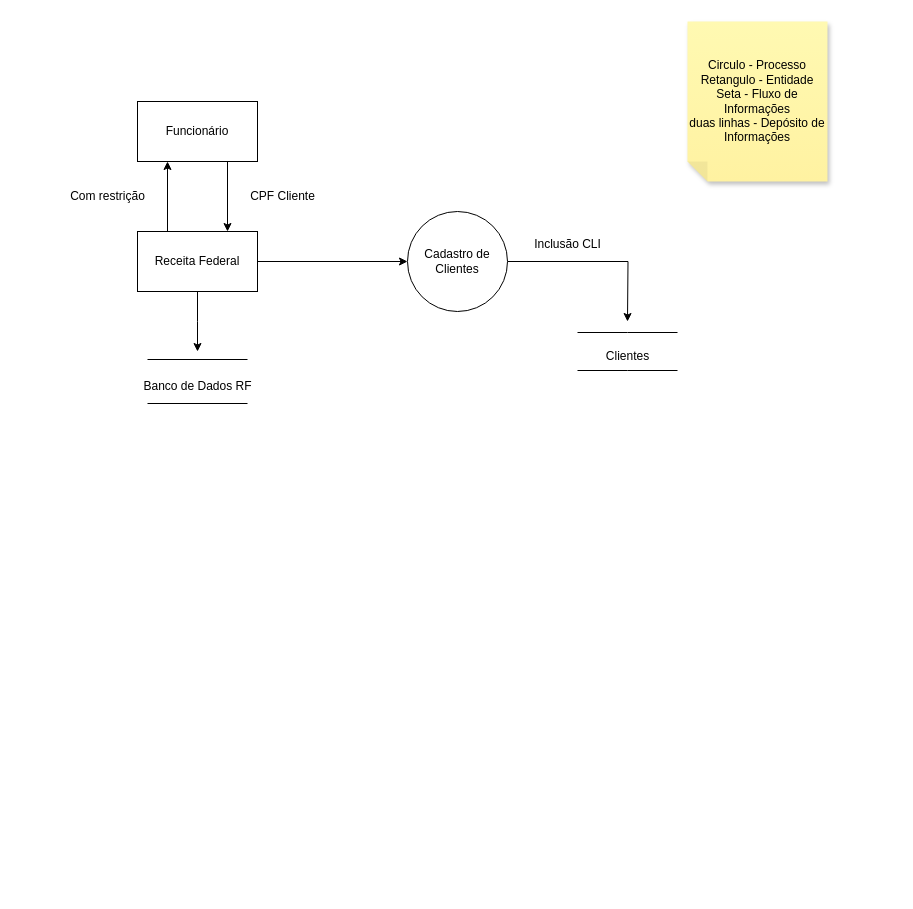
This is EngenhariaSoftwareII.drawio from ShellyLeal05/EngenhariaSoftwareII, a draw.io file, before an edit. Source tidied: cells renumbered, new cells numbered last; positions are measured from the earlier drawing's top-left corner, leaving out a move shared by most shapes. Both pictures are drawn from the tidied source at 100%, with x=0, y=0 at pixel (57, 21).
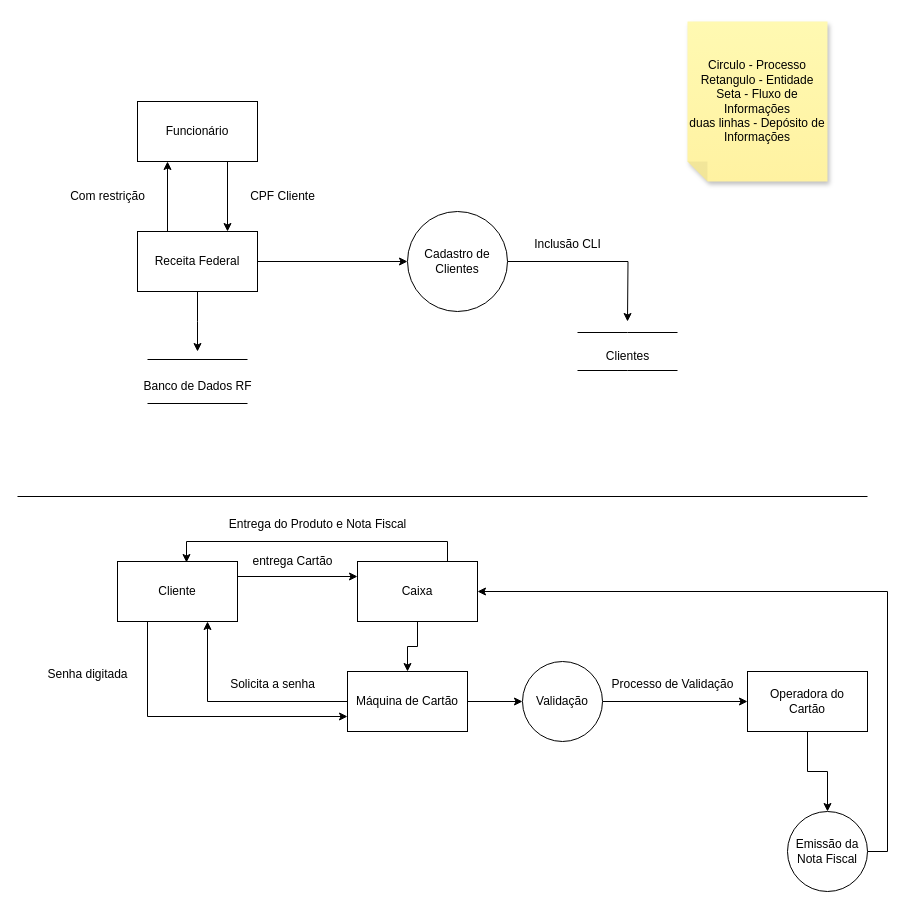
Above is the later version.

Diff of the diagram source:
```diff
@@
+    <mxCell id="18" style="line;strokeWidth=1;dashed=0;labelPosition=right;align=left;verticalAlign=middle;spacingTop=0;spacingLeft=6;" parent="1" vertex="1">
+      <mxGeometry x="-40" y="470" width="850" height="10" as="geometry" />
+    </mxCell>
+    <mxCell id="19" style="edgeStyle=orthogonalEdgeStyle;rounded=0;jettySize=auto;html=1;exitX=1;exitY=0.25;exitDx=0;exitDy=0;entryX=0;entryY=0.25;entryDx=0;entryDy=0;" parent="1" edge="1" source="21" target="24">
+      <mxGeometry relative="1" as="geometry" />
+    </mxCell>
+    <mxCell id="20" style="edgeStyle=orthogonalEdgeStyle;rounded=0;jettySize=auto;html=1;exitX=0.25;exitY=1;exitDx=0;exitDy=0;entryX=0;entryY=0.75;entryDx=0;entryDy=0;" parent="1" edge="1" source="21" target="27">
+      <mxGeometry relative="1" as="geometry" />
+    </mxCell>
+    <mxCell id="21" value="Cliente " style="rounded=0;whiteSpace=wrap;html=1;" parent="1" vertex="1">
+      <mxGeometry x="60" y="540" width="120" height="60" as="geometry" />
+    </mxCell>
+    <mxCell id="22" style="edgeStyle=orthogonalEdgeStyle;rounded=0;jettySize=auto;html=1;exitX=0.5;exitY=1;exitDx=0;exitDy=0;" parent="1" edge="1" source="24" target="27">
+      <mxGeometry relative="1" as="geometry" />
+    </mxCell>
+    <mxCell id="23" style="edgeStyle=orthogonalEdgeStyle;rounded=0;jettySize=auto;html=1;exitX=0.75;exitY=0;exitDx=0;exitDy=0;entryX=0.575;entryY=0.017;entryDx=0;entryDy=0;entryPerimeter=0;" parent="1" edge="1" source="24" target="21">
+      <mxGeometry relative="1" as="geometry" />
+    </mxCell>
+    <mxCell id="24" value="Caixa" style="rounded=0;whiteSpace=wrap;html=1;" parent="1" vertex="1">
+      <mxGeometry x="300" y="540" width="120" height="60" as="geometry" />
+    </mxCell>
+    <mxCell id="25" style="edgeStyle=orthogonalEdgeStyle;rounded=0;jettySize=auto;html=1;exitX=0;exitY=0.5;exitDx=0;exitDy=0;entryX=0.75;entryY=1;entryDx=0;entryDy=0;" parent="1" edge="1" source="27" target="21">
+      <mxGeometry relative="1" as="geometry" />
+    </mxCell>
+    <mxCell id="26" style="edgeStyle=orthogonalEdgeStyle;rounded=0;jettySize=auto;html=1;" parent="1" edge="1" source="33" target="31">
+      <mxGeometry relative="1" as="geometry" />
+    </mxCell>
+    <mxCell id="27" value="Máquina de Cartão" style="rounded=0;whiteSpace=wrap;html=1;" parent="1" vertex="1">
+      <mxGeometry x="290" y="650" width="120" height="60" as="geometry" />
+    </mxCell>
+    <mxCell id="28" value="entrega Cartão" style="text;html=1;align=center;verticalAlign=middle;strokeColor=none;fillColor=none;" parent="1" vertex="1">
+      <mxGeometry x="180" y="525" width="110" height="30" as="geometry" />
+    </mxCell>
+    <mxCell id="29" value="Solicita a senha" style="text;html=1;align=center;verticalAlign=middle;strokeColor=none;fillColor=none;" parent="1" vertex="1">
+      <mxGeometry x="160" y="648" width="110" height="30" as="geometry" />
+    </mxCell>
+    <mxCell id="30" style="edgeStyle=orthogonalEdgeStyle;rounded=0;jettySize=auto;html=1;" parent="1" edge="1" source="31" target="37">
+      <mxGeometry relative="1" as="geometry" />
+    </mxCell>
+    <mxCell id="31" value="&lt;div&gt;Operadora do&lt;/div&gt;&lt;div&gt;Cartão&lt;br&gt;&lt;/div&gt;" style="whiteSpace=wrap;html=1;rounded=0;" parent="1" vertex="1">
+      <mxGeometry x="690" y="650" width="120" height="60" as="geometry" />
+    </mxCell>
+    <mxCell id="32" style="edgeStyle=orthogonalEdgeStyle;rounded=0;jettySize=auto;html=1;" parent="1" edge="1" source="27" target="33">
+      <mxGeometry relative="1" as="geometry" />
+    </mxCell>
+    <mxCell id="33" value="Validação" style="ellipse;whiteSpace=wrap;html=1;" parent="1" vertex="1">
+      <mxGeometry x="465" y="640" width="80" height="80" as="geometry" />
+    </mxCell>
+    <mxCell id="34" value="Processo de Validação" style="text;html=1;align=center;verticalAlign=middle;strokeColor=none;fillColor=none;" parent="1" vertex="1">
+      <mxGeometry x="540" y="648" width="150" height="30" as="geometry" />
+    </mxCell>
+    <mxCell id="35" value="Senha digitada" style="text;html=1;align=center;verticalAlign=middle;strokeColor=none;fillColor=none;" parent="1" vertex="1">
+      <mxGeometry x="-25" y="638" width="110" height="30" as="geometry" />
+    </mxCell>
+    <mxCell id="36" style="edgeStyle=orthogonalEdgeStyle;rounded=0;jettySize=auto;html=1;exitX=1;exitY=0.5;exitDx=0;exitDy=0;entryX=1;entryY=0.5;entryDx=0;entryDy=0;" parent="1" edge="1" source="37" target="24">
+      <mxGeometry relative="1" as="geometry" />
+    </mxCell>
+    <mxCell id="37" value="Emissão da Nota Fiscal" style="ellipse;whiteSpace=wrap;html=1;rounded=0;" parent="1" vertex="1">
+      <mxGeometry x="730" y="790" width="80" height="80" as="geometry" />
+    </mxCell>
+    <mxCell id="38" value="Entrega do Produto e Nota Fiscal" style="text;html=1;align=center;verticalAlign=middle;strokeColor=none;fillColor=none;" parent="1" vertex="1">
+      <mxGeometry x="160" y="488" width="200" height="30" as="geometry" />
+    </mxCell>
```
